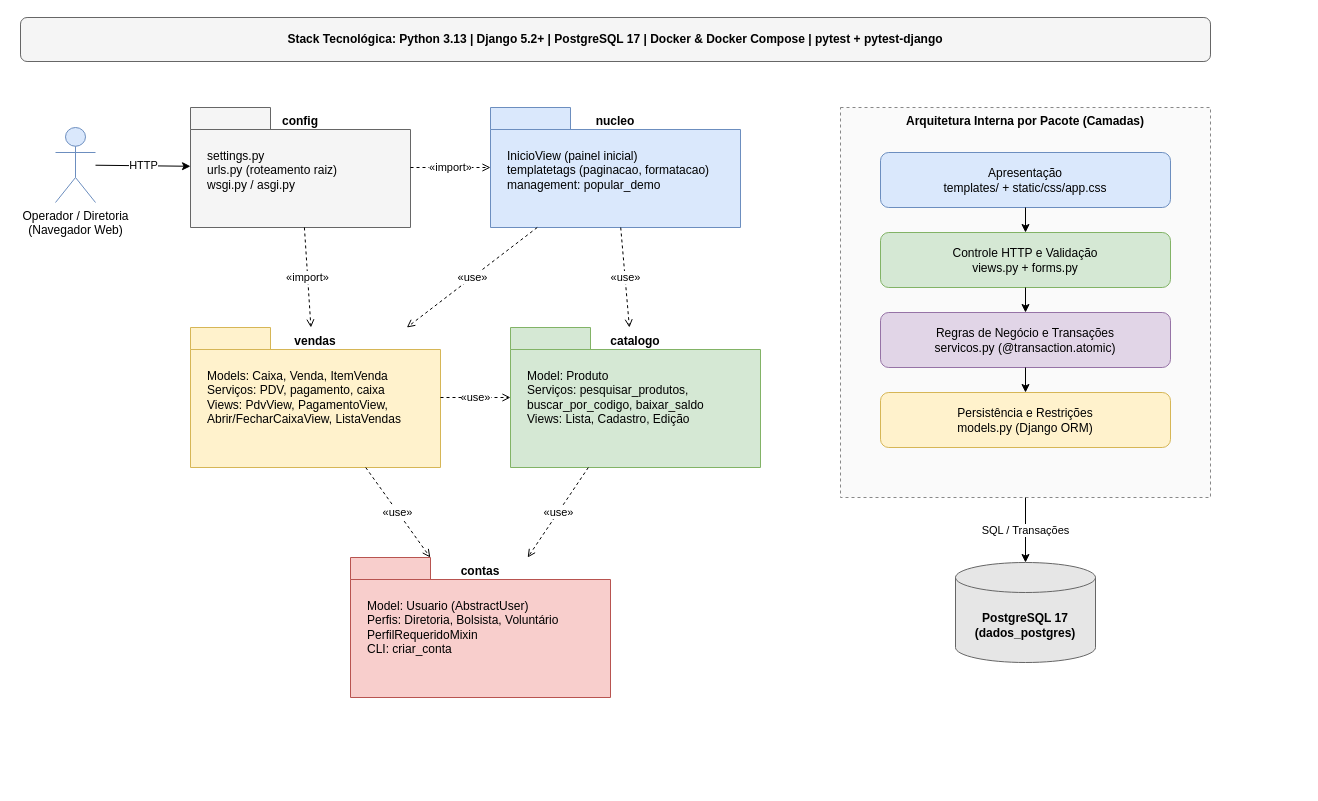
The draw.io diagram docs/diagramas/diagrama_de_pacotes.drawio in PedroGasparetto/sistema-dacomp, before the edit. Source tidied: cells renumbered, new cells numbered last; positions are measured from the earlier drawing's top-left corner, leaving out a move shared by most shapes. Both pictures are drawn from the tidied source at 100%, with x=0, y=0 at pixel (20, 17).
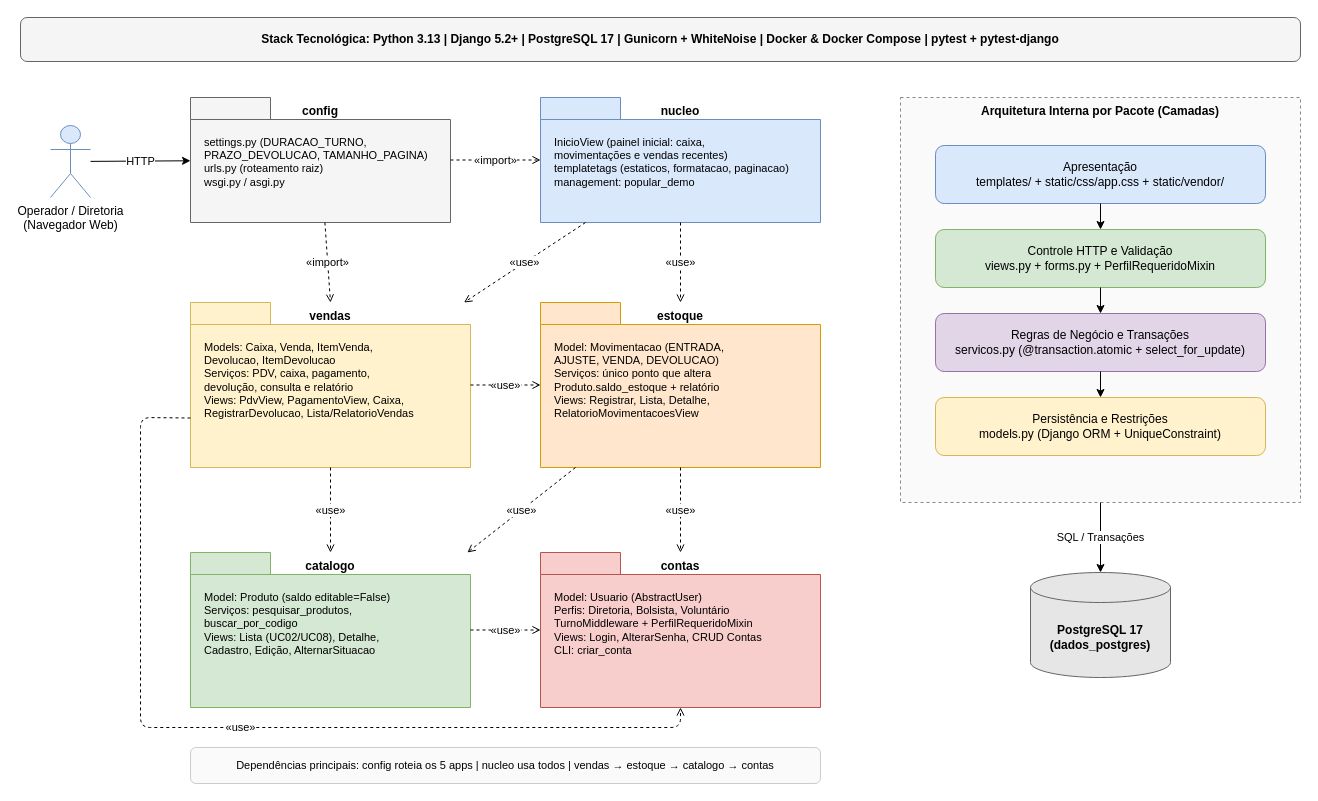
After the change.

The edit, as a diff of the source:
```diff
@@
-    <mxCell id="2" value="Stack Tecnológica: Python 3.13  |  Django 5.2+  |  PostgreSQL 17  |  Docker &amp; Docker Compose  |  pytest + pytest-django" style="rounded=1;whiteSpace=wrap;html=1;fillColor=#f5f5f5;strokeColor=#666666;fontStyle=1;fontSize=12;" parent="1" vertex="1">
-      <mxGeometry width="1190" height="44" as="geometry" />
+    <mxCell id="2" value="Stack Tecnológica: Python 3.13  |  Django 5.2+  |  PostgreSQL 17  |  Gunicorn + WhiteNoise  |  Docker &amp; Docker Compose  |  pytest + pytest-django" style="rounded=1;whiteSpace=wrap;html=1;fillColor=#f5f5f5;strokeColor=#666666;fontStyle=1;fontSize=12;" parent="1" vertex="1">
+      <mxGeometry width="1280" height="44" as="geometry" />
     </mxCell>
     <mxCell id="3" value="Operador / Diretoria&#10;(Navegador Web)" style="shape=umlActor;verticalLabelPosition=bottom;verticalAlign=top;html=1;outlineConnect=0;fillColor=#dae8fc;strokeColor=#6c8ebf;" parent="1" vertex="1">
-      <mxGeometry x="35" y="110" width="40" height="75" as="geometry" />
+      <mxGeometry x="30" y="108" width="40" height="72" as="geometry" />
     </mxCell>
     <mxCell id="4" value="config" style="shape=folder;tabWidth=80;tabHeight=22;tabPosition=left;html=1;whiteSpace=wrap;verticalAlign=top;fontStyle=1;fillColor=#f5f5f5;strokeColor=#666666;" parent="1" vertex="1">
-      <mxGeometry x="170" y="90" width="220" height="120" as="geometry" />
+      <mxGeometry x="170" y="80" width="260" height="125" as="geometry" />
     </mxCell>
-    <mxCell id="5" value="settings.py&#10;urls.py (roteamento raiz)&#10;wsgi.py / asgi.py" style="text;html=1;align=left;verticalAlign=top;whiteSpace=wrap;fillColor=none;strokeColor=none;" parent="1" vertex="1">
-      <mxGeometry x="185" y="125" width="190" height="70" as="geometry" />
+    <mxCell id="5" value="settings.py (DURACAO_TURNO,&#10;  PRAZO_DEVOLUCAO, TAMANHO_PAGINA)&#10;urls.py (roteamento raiz)&#10;wsgi.py / asgi.py" style="text;html=1;align=left;verticalAlign=top;whiteSpace=wrap;fillColor=none;strokeColor=none;fontSize=11;" parent="1" vertex="1">
+      <mxGeometry x="182" y="112" width="240" height="85" as="geometry" />
     </mxCell>
     <mxCell id="6" value="nucleo" style="shape=folder;tabWidth=80;tabHeight=22;tabPosition=left;html=1;whiteSpace=wrap;verticalAlign=top;fontStyle=1;fillColor=#dae8fc;strokeColor=#6c8ebf;" parent="1" vertex="1">
-      <mxGeometry x="470" y="90" width="250" height="120" as="geometry" />
+      <mxGeometry x="520" y="80" width="280" height="125" as="geometry" />
     </mxCell>
-    <mxCell id="7" value="InicioView (painel inicial)&#10;templatetags (paginacao, formatacao)&#10;management: popular_demo" style="text;html=1;align=left;verticalAlign=top;whiteSpace=wrap;fillColor=none;strokeColor=none;" parent="1" vertex="1">
-      <mxGeometry x="485" y="125" width="220" height="70" as="geometry" />
+    <mxCell id="7" value="InicioView (painel inicial: caixa,&#10;  movimentações e vendas recentes)&#10;templatetags (estaticos, formatacao, paginacao)&#10;management: popular_demo" style="text;html=1;align=left;verticalAlign=top;whiteSpace=wrap;fillColor=none;strokeColor=none;fontSize=11;" parent="1" vertex="1">
+      <mxGeometry x="532" y="112" width="260" height="85" as="geometry" />
     </mxCell>
     <mxCell id="8" value="vendas" style="shape=folder;tabWidth=80;tabHeight=22;tabPosition=left;html=1;whiteSpace=wrap;verticalAlign=top;fontStyle=1;fillColor=#fff2cc;strokeColor=#d6b656;" parent="1" vertex="1">
-      <mxGeometry x="170" y="310" width="250" height="140" as="geometry" />
+      <mxGeometry x="170" y="285" width="280" height="165" as="geometry" />
     </mxCell>
-    <mxCell id="9" value="Models: Caixa, Venda, ItemVenda&#10;Serviços: PDV, pagamento, caixa&#10;Views: PdvView, PagamentoView,&#10;Abrir/FecharCaixaView, ListaVendas" style="text;html=1;align=left;verticalAlign=top;whiteSpace=wrap;fillColor=none;strokeColor=none;" parent="1" vertex="1">
-      <mxGeometry x="185" y="345" width="225" height="90" as="geometry" />
+    <mxCell id="9" value="Models: Caixa, Venda, ItemVenda,&#10;  Devolucao, ItemDevolucao&#10;Serviços: PDV, caixa, pagamento,&#10;  devolução, consulta e relatório&#10;Views: PdvView, PagamentoView, Caixa,&#10;  RegistrarDevolucao, Lista/RelatorioVendas" style="text;html=1;align=left;verticalAlign=top;whiteSpace=wrap;fillColor=none;strokeColor=none;fontSize=11;" parent="1" vertex="1">
+      <mxGeometry x="182" y="317" width="260" height="125" as="geometry" />
     </mxCell>
+    <mxCell id="32" value="estoque" style="shape=folder;tabWidth=80;tabHeight=22;tabPosition=left;html=1;whiteSpace=wrap;verticalAlign=top;fontStyle=1;fillColor=#ffe6cc;strokeColor=#d79b00;" parent="1" vertex="1">
+      <mxGeometry x="520" y="285" width="280" height="165" as="geometry" />
+    </mxCell>
+    <mxCell id="33" value="Model: Movimentacao (ENTRADA,&#10;  AJUSTE, VENDA, DEVOLUCAO)&#10;Serviços: único ponto que altera&#10;  Produto.saldo_estoque + relatório&#10;Views: Registrar, Lista, Detalhe,&#10;  RelatorioMovimentacoesView" style="text;html=1;align=left;verticalAlign=top;whiteSpace=wrap;fillColor=none;strokeColor=none;fontSize=11;" parent="1" vertex="1">
+      <mxGeometry x="532" y="317" width="260" height="125" as="geometry" />
+    </mxCell>
     <mxCell id="10" value="catalogo" style="shape=folder;tabWidth=80;tabHeight=22;tabPosition=left;html=1;whiteSpace=wrap;verticalAlign=top;fontStyle=1;fillColor=#d5e8d4;strokeColor=#82b366;" parent="1" vertex="1">
-      <mxGeometry x="490" y="310" width="250" height="140" as="geometry" />
+      <mxGeometry x="170" y="535" width="280" height="155" as="geometry" />
     </mxCell>
-    <mxCell id="11" value="Model: Produto&#10;Serviços: pesquisar_produtos,&#10;buscar_por_codigo, baixar_saldo&#10;Views: Lista, Cadastro, Edição" style="text;html=1;align=left;verticalAlign=top;whiteSpace=wrap;fillColor=none;strokeColor=none;" parent="1" vertex="1">
-      <mxGeometry x="505" y="345" width="225" height="90" as="geometry" />
+    <mxCell id="11" value="Model: Produto (saldo editable=False)&#10;Serviços: pesquisar_produtos,&#10;  buscar_por_codigo&#10;Views: Lista (UC02/UC08), Detalhe,&#10;  Cadastro, Edição, AlternarSituacao" style="text;html=1;align=left;verticalAlign=top;whiteSpace=wrap;fillColor=none;strokeColor=none;fontSize=11;" parent="1" vertex="1">
+      <mxGeometry x="182" y="567" width="260" height="115" as="geometry" />
     </mxCell>
     <mxCell id="12" value="contas" style="shape=folder;tabWidth=80;tabHeight=22;tabPosition=left;html=1;whiteSpace=wrap;verticalAlign=top;fontStyle=1;fillColor=#f8cecc;strokeColor=#b85450;" parent="1" vertex="1">
-      <mxGeometry x="330" y="540" width="260" height="140" as="geometry" />
+      <mxGeometry x="520" y="535" width="280" height="155" as="geometry" />
     </mxCell>
-    <mxCell id="13" value="Model: Usuario (AbstractUser)&#10;Perfis: Diretoria, Bolsista, Voluntário&#10;PerfilRequeridoMixin&#10;CLI: criar_conta" style="text;html=1;align=left;verticalAlign=top;whiteSpace=wrap;fillColor=none;strokeColor=none;" parent="1" vertex="1">
-      <mxGeometry x="345" y="575" width="235" height="90" as="geometry" />
+    <mxCell id="13" value="Model: Usuario (AbstractUser)&#10;Perfis: Diretoria, Bolsista, Voluntário&#10;TurnoMiddleware + PerfilRequeridoMixin&#10;Views: Login, AlterarSenha, CRUD Contas&#10;CLI: criar_conta" style="text;html=1;align=left;verticalAlign=top;whiteSpace=wrap;fillColor=none;strokeColor=none;fontSize=11;" parent="1" vertex="1">
+      <mxGeometry x="532" y="567" width="260" height="115" as="geometry" />
     </mxCell>
+    <mxCell id="34" value="Dependências principais: config roteia os 5 apps  |  nucleo usa todos  |  vendas → estoque → catalogo → contas" style="rounded=1;whiteSpace=wrap;html=1;fillColor=#fafafa;strokeColor=#cccccc;fontSize=11;" parent="1" vertex="1">
+      <mxGeometry x="170" y="730" width="630" height="36" as="geometry" />
+    </mxCell>
     <mxCell id="14" value="Arquitetura Interna por Pacote (Camadas)" style="rounded=0;whiteSpace=wrap;html=1;verticalAlign=top;fontStyle=1;dashed=1;fillColor=#fafafa;strokeColor=#888888;" parent="1" vertex="1">
-      <mxGeometry x="820" y="90" width="370" height="390" as="geometry" />
+      <mxGeometry x="880" y="80" width="400" height="405" as="geometry" />
     </mxCell>
-    <mxCell id="15" value="Apresentação&#10;templates/ + static/css/app.css" style="rounded=1;whiteSpace=wrap;html=1;fillColor=#dae8fc;strokeColor=#6c8ebf;" parent="1" vertex="1">
-      <mxGeometry x="860" y="135" width="290" height="55" as="geometry" />
+    <mxCell id="15" value="Apresentação&#10;templates/ + static/css/app.css + static/vendor/" style="rounded=1;whiteSpace=wrap;html=1;fillColor=#dae8fc;strokeColor=#6c8ebf;" parent="1" vertex="1">
+      <mxGeometry x="915" y="128" width="330" height="58" as="geometry" />
     </mxCell>
-    <mxCell id="16" value="Controle HTTP e Validação&#10;views.py + forms.py" style="rounded=1;whiteSpace=wrap;html=1;fillColor=#d5e8d4;strokeColor=#82b366;" parent="1" vertex="1">
-      <mxGeometry x="860" y="215" width="290" height="55" as="geometry" />
+    <mxCell id="16" value="Controle HTTP e Validação&#10;views.py + forms.py + PerfilRequeridoMixin" style="rounded=1;whiteSpace=wrap;html=1;fillColor=#d5e8d4;strokeColor=#82b366;" parent="1" vertex="1">
+      <mxGeometry x="915" y="212" width="330" height="58" as="geometry" />
     </mxCell>
-    <mxCell id="17" value="Regras de Negócio e Transações&#10;servicos.py (@transaction.atomic)" style="rounded=1;whiteSpace=wrap;html=1;fillColor=#e1d5e7;strokeColor=#9673a6;" parent="1" vertex="1">
-      <mxGeometry x="860" y="295" width="290" height="55" as="geometry" />
+    <mxCell id="17" value="Regras de Negócio e Transações&#10;servicos.py (@transaction.atomic + select_for_update)" style="rounded=1;whiteSpace=wrap;html=1;fillColor=#e1d5e7;strokeColor=#9673a6;" parent="1" vertex="1">
+      <mxGeometry x="915" y="296" width="330" height="58" as="geometry" />
     </mxCell>
-    <mxCell id="18" value="Persistência e Restrições&#10;models.py (Django ORM)" style="rounded=1;whiteSpace=wrap;html=1;fillColor=#fff2cc;strokeColor=#d6b656;" parent="1" vertex="1">
-      <mxGeometry x="860" y="375" width="290" height="55" as="geometry" />
+    <mxCell id="18" value="Persistência e Restrições&#10;models.py (Django ORM + UniqueConstraint)" style="rounded=1;whiteSpace=wrap;html=1;fillColor=#fff2cc;strokeColor=#d6b656;" parent="1" vertex="1">
+      <mxGeometry x="915" y="380" width="330" height="58" as="geometry" />
     </mxCell>
@@
     <mxCell id="22" value="PostgreSQL 17&#10;(dados_postgres)" style="shape=cylinder3;whiteSpace=wrap;html=1;boundedLbl=1;backgroundOutline=1;size=15;fillColor=#e6e6e6;strokeColor=#666666;fontStyle=1;" parent="1" vertex="1">
-      <mxGeometry x="935" y="545" width="140" height="100" as="geometry" />
+      <mxGeometry x="1010" y="555" width="140" height="105" as="geometry" />
     </mxCell>
@@
-    <mxCell id="26" value="«import»" style="dashed=1;endArrow=open;endFill=0;html=1;labelBackgroundColor=#ffffff;" parent="1" edge="1" source="4" target="8">
+    <mxCell id="26" value="«import»" style="dashed=1;endArrow=open;endFill=0;html=1;labelBackgroundColor=#ffffff;entryX=0.5;entryY=0.133;entryDx=0;entryDy=0;" parent="1" edge="1" source="4" target="8">
       <mxGeometry relative="1" as="geometry" />
     </mxCell>
-    <mxCell id="27" value="«use»" style="dashed=1;endArrow=open;endFill=0;html=1;labelBackgroundColor=#ffffff;" parent="1" edge="1" source="6" target="8">
+    <mxCell id="27" value="«use»" style="dashed=1;endArrow=open;endFill=0;html=1;labelBackgroundColor=#ffffff;entryX=0.85;entryY=0.133;entryDx=0;entryDy=0;" parent="1" edge="1" source="6" target="8">
       <mxGeometry relative="1" as="geometry" />
     </mxCell>
+    <mxCell id="35" value="«use»" style="dashed=1;endArrow=open;endFill=0;html=1;labelBackgroundColor=#ffffff;entryX=0.5;entryY=0.133;entryDx=0;entryDy=0;" parent="1" edge="1" source="6" target="32">
+      <mxGeometry relative="1" as="geometry" />
+    </mxCell>
-    <mxCell id="28" value="«use»" style="dashed=1;endArrow=open;endFill=0;html=1;labelBackgroundColor=#ffffff;" parent="1" edge="1" source="6" target="10">
+    <mxCell id="28" value="«use»" style="dashed=1;endArrow=open;endFill=0;html=1;labelBackgroundColor=#ffffff;" parent="1" edge="1" source="8" target="32">
       <mxGeometry relative="1" as="geometry" />
     </mxCell>
-    <mxCell id="29" value="«use»" style="dashed=1;endArrow=open;endFill=0;html=1;labelBackgroundColor=#ffffff;" parent="1" edge="1" source="8" target="10">
+    <mxCell id="29" value="«use»" style="dashed=1;endArrow=open;endFill=0;html=1;labelBackgroundColor=#ffffff;entryX=0.5;entryY=0.142;entryDx=0;entryDy=0;" parent="1" edge="1" source="8" target="10">
       <mxGeometry relative="1" as="geometry" />
     </mxCell>
+    <mxCell id="36" value="«use»" style="dashed=1;endArrow=open;endFill=0;html=1;labelBackgroundColor=#ffffff;entryX=0.85;entryY=0.142;entryDx=0;entryDy=0;" parent="1" edge="1" source="32" target="10">
+      <mxGeometry relative="1" as="geometry" />
+    </mxCell>
+    <mxCell id="37" value="«use»" style="dashed=1;endArrow=open;endFill=0;html=1;labelBackgroundColor=#ffffff;entryX=0.5;entryY=0.142;entryDx=0;entryDy=0;" parent="1" edge="1" source="32" target="12">
+      <mxGeometry relative="1" as="geometry" />
+    </mxCell>
+    <mxCell id="31" value="«use»" style="dashed=1;endArrow=open;endFill=0;html=1;labelBackgroundColor=#ffffff;" parent="1" edge="1" source="10" target="12">
+      <mxGeometry relative="1" as="geometry" />
+    </mxCell>
-    <mxCell id="30" value="«use»" style="dashed=1;endArrow=open;endFill=0;html=1;labelBackgroundColor=#ffffff;" parent="1" edge="1" source="8" target="12">
-      <mxGeometry relative="1" as="geometry" />
+    <mxCell id="30" value="«use»" style="dashed=1;endArrow=open;endFill=0;html=1;labelBackgroundColor=#ffffff;exitX=0;exitY=0.7;entryX=0.5;entryY=1;" parent="1" edge="1" source="8" target="12">
+      <mxGeometry relative="1" as="geometry">
+        <Array as="points">
+          <mxPoint x="120" y="400" />
+          <mxPoint x="120" y="710" />
+          <mxPoint x="660" y="710" />
+        </Array>
+      </mxGeometry>
     </mxCell>
-    <mxCell id="31" value="«use»" style="dashed=1;endArrow=open;endFill=0;html=1;labelBackgroundColor=#ffffff;" parent="1" edge="1" source="10" target="12">
-      <mxGeometry relative="1" as="geometry" />
-    </mxCell>
```
